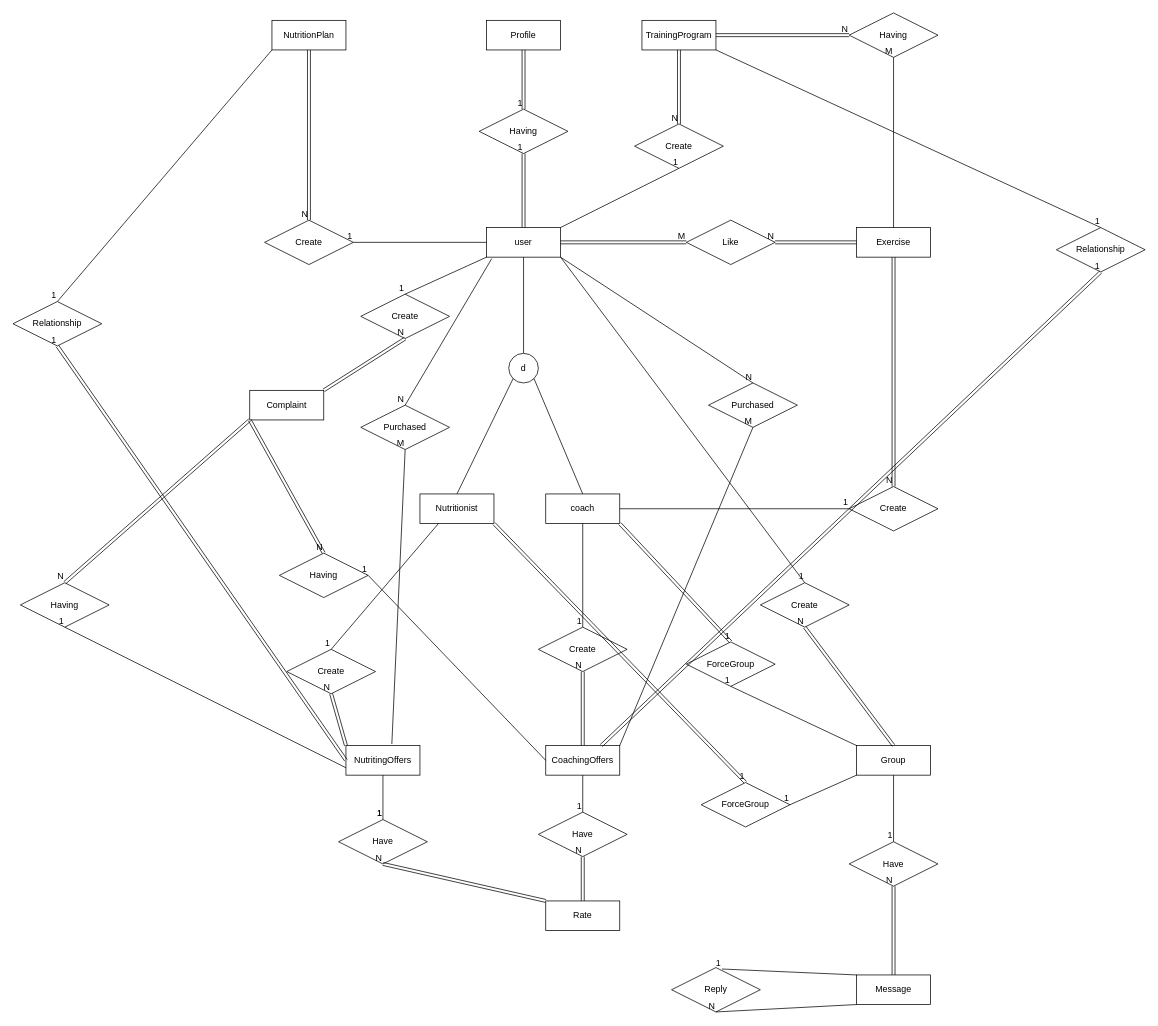
Above: Prequired/Untitled Diagram.drawio in abolfazlshahsavaryyy/FitGenius (draw.io), before the change. Source tidied: cells renumbered, new cells numbered last; positions are measured from the earlier drawing's top-left corner, leaving out a move shared by most shapes. Both pictures are drawn from the tidied source at 74%, with x=0, y=0 at pixel (13, 13).
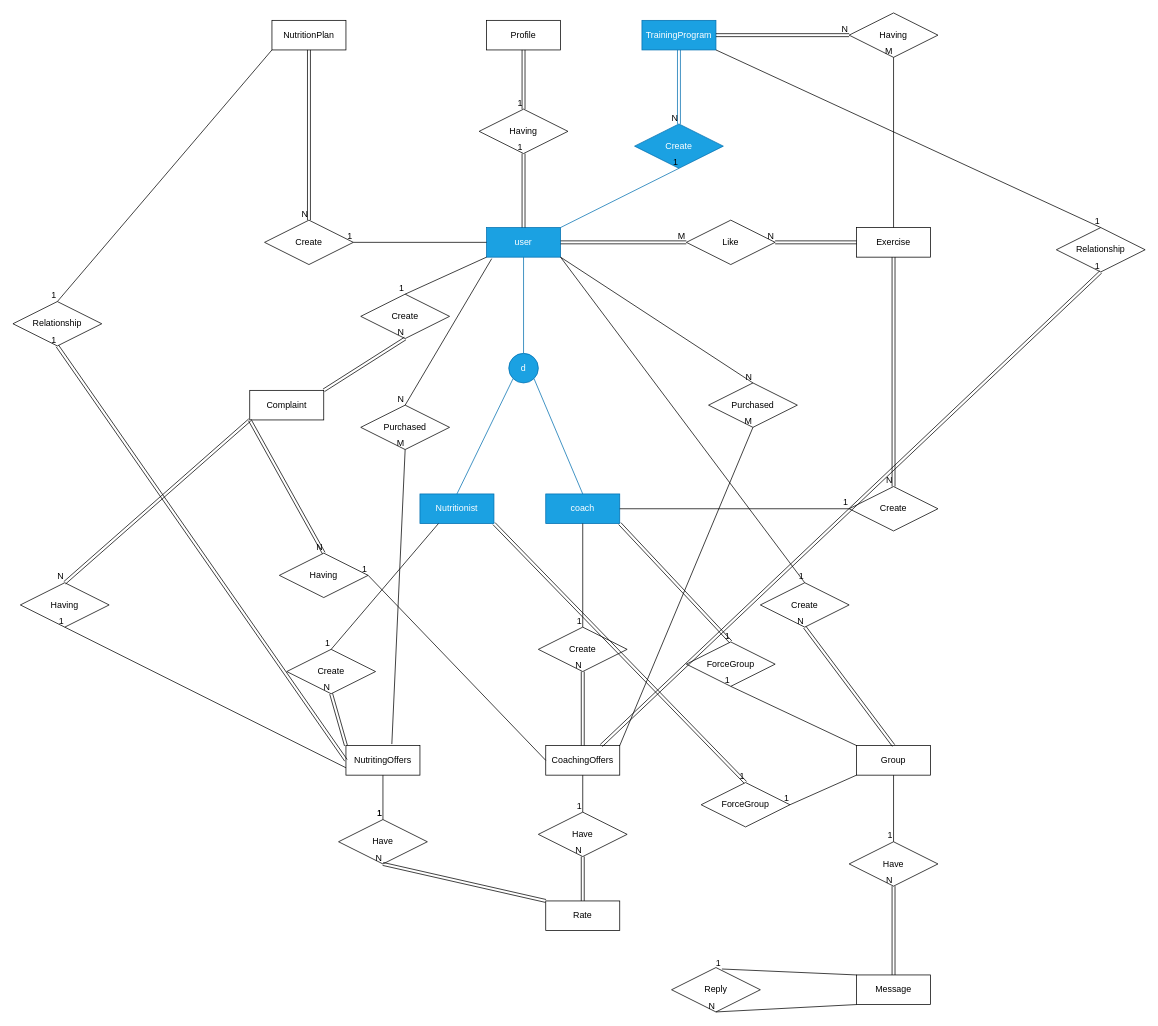
The same diagram, later.

Commit message:
Update Untitled Diagram.drawio add domain designed

Diff of the diagram source:
```diff
@@
-    <mxCell id="2" value="user" style="whiteSpace=wrap;html=1;align=center;" parent="1" vertex="1">
+    <mxCell id="2" value="user" style="whiteSpace=wrap;html=1;align=center;fillColor=#1ba1e2;fontColor=#ffffff;strokeColor=#006EAF;" parent="1" vertex="1">
       <mxGeometry x="640" y="290" width="100" height="40" as="geometry" />
     </mxCell>
-    <mxCell id="3" style="endArrow=none;html=1;rounded=0;exitX=0.5;exitY=1;exitDx=0;exitDy=0;" parent="1" edge="1" source="2" target="4">
+    <mxCell id="3" style="endArrow=none;html=1;rounded=0;exitX=0.5;exitY=1;exitDx=0;exitDy=0;fillColor=#1ba1e2;strokeColor=#006EAF;" parent="1" edge="1" source="2" target="4">
       <mxGeometry relative="1" as="geometry" />
     </mxCell>
-    <mxCell id="4" value="d" style="ellipse;whiteSpace=wrap;html=1;align=center;" parent="1" vertex="1">
+    <mxCell id="4" value="d" style="ellipse;whiteSpace=wrap;html=1;align=center;fillColor=#1ba1e2;fontColor=#ffffff;strokeColor=#006EAF;" parent="1" vertex="1">
       <mxGeometry x="670" y="460" width="40" height="40" as="geometry" />
     </mxCell>
-    <mxCell id="5" style="endArrow=none;html=1;rounded=0;exitX=1;exitY=1;exitDx=0;exitDy=0;entryX=0.5;entryY=0;entryDx=0;entryDy=0;" parent="1" edge="1" source="4" target="8">
+    <mxCell id="5" style="endArrow=none;html=1;rounded=0;exitX=1;exitY=1;exitDx=0;exitDy=0;entryX=0.5;entryY=0;entryDx=0;entryDy=0;fillColor=#1ba1e2;strokeColor=#006EAF;" parent="1" edge="1" source="4" target="8">
       <mxGeometry relative="1" as="geometry" />
     </mxCell>
-    <mxCell id="6" style="endArrow=none;html=1;rounded=0;exitX=0;exitY=1;exitDx=0;exitDy=0;entryX=0.5;entryY=0;entryDx=0;entryDy=0;" parent="1" edge="1" source="4" target="7">
+    <mxCell id="6" style="endArrow=none;html=1;rounded=0;exitX=0;exitY=1;exitDx=0;exitDy=0;entryX=0.5;entryY=0;entryDx=0;entryDy=0;fillColor=#1ba1e2;strokeColor=#006EAF;" parent="1" edge="1" source="4" target="7">
       <mxGeometry relative="1" as="geometry" />
     </mxCell>
-    <mxCell id="7" value="Nutritionist" style="whiteSpace=wrap;html=1;align=center;" parent="1" vertex="1">
+    <mxCell id="7" value="Nutritionist" style="whiteSpace=wrap;html=1;align=center;fillColor=#1ba1e2;fontColor=#ffffff;strokeColor=#006EAF;" parent="1" vertex="1">
       <mxGeometry x="550" y="650" width="100" height="40" as="geometry" />
     </mxCell>
-    <mxCell id="8" value="coach" style="whiteSpace=wrap;html=1;align=center;" parent="1" vertex="1">
+    <mxCell id="8" value="coach" style="whiteSpace=wrap;html=1;align=center;fillColor=#1ba1e2;fontColor=#ffffff;strokeColor=#006EAF;" parent="1" vertex="1">
       <mxGeometry x="720" y="650" width="100" height="40" as="geometry" />
     </mxCell>
@@
-    <mxCell id="15" value="TrainingProgram" style="whiteSpace=wrap;html=1;align=center;" parent="1" vertex="1">
+    <mxCell id="15" value="TrainingProgram" style="whiteSpace=wrap;html=1;align=center;fillColor=#1ba1e2;fontColor=#ffffff;strokeColor=#006EAF;" parent="1" vertex="1">
       <mxGeometry x="850" y="10" width="100" height="40" as="geometry" />
     </mxCell>
-    <mxCell id="16" style="shape=link;html=1;rounded=0;entryX=0.5;entryY=0;entryDx=0;entryDy=0;exitX=0.5;exitY=1;exitDx=0;exitDy=0;" parent="1" edge="1" source="15" target="18">
+    <mxCell id="16" style="shape=link;html=1;rounded=0;entryX=0.5;entryY=0;entryDx=0;entryDy=0;exitX=0.5;exitY=1;exitDx=0;exitDy=0;fillColor=#1ba1e2;strokeColor=#006EAF;" parent="1" edge="1" source="15" target="18">
       <mxGeometry relative="1" as="geometry" />
     </mxCell>
@@
-    <mxCell id="18" value="Create" style="shape=rhombus;perimeter=rhombusPerimeter;whiteSpace=wrap;html=1;align=center;" parent="1" vertex="1">
+    <mxCell id="18" value="Create" style="shape=rhombus;perimeter=rhombusPerimeter;whiteSpace=wrap;html=1;align=center;fillColor=#1ba1e2;fontColor=#ffffff;strokeColor=#006EAF;" parent="1" vertex="1">
       <mxGeometry x="840" y="150" width="120" height="60" as="geometry" />
     </mxCell>
-    <mxCell id="19" style="endArrow=none;html=1;rounded=0;entryX=0.5;entryY=1;entryDx=0;entryDy=0;exitX=1;exitY=0;exitDx=0;exitDy=0;" parent="1" edge="1" source="2" target="18">
+    <mxCell id="19" style="endArrow=none;html=1;rounded=0;entryX=0.5;entryY=1;entryDx=0;entryDy=0;exitX=1;exitY=0;exitDx=0;exitDy=0;fillColor=#1ba1e2;strokeColor=#006EAF;" parent="1" edge="1" source="2" target="18">
       <mxGeometry relative="1" as="geometry" />
     </mxCell>
```
